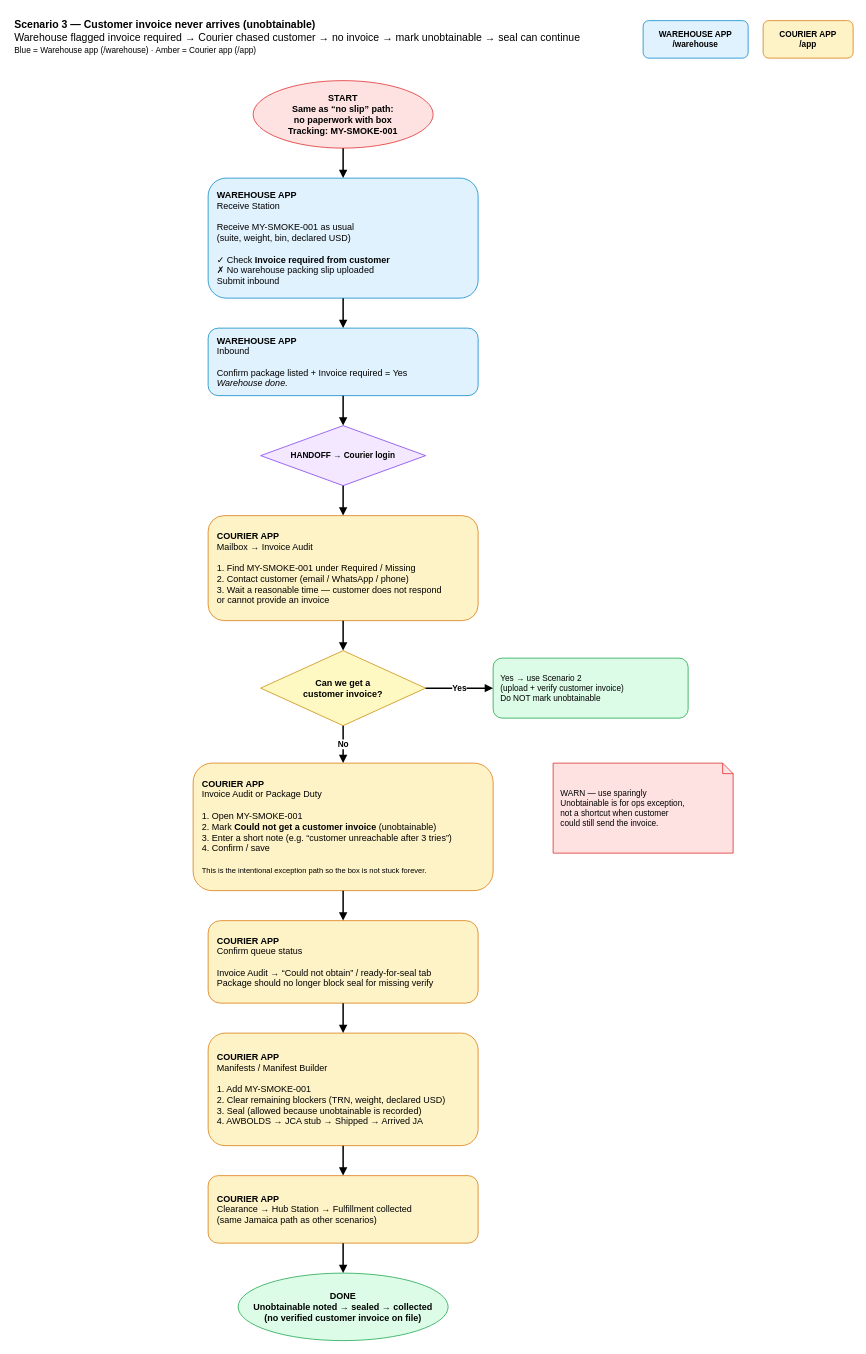
Above: docs/diagrams/package-flow/03-customer-invoice-unobtainable.drawio in DeekiiiiiiiT/Goride (draw.io), before the change. Source tidied: cells renumbered, new cells numbered last; positions are measured from the earlier drawing's top-left corner, leaving out a move shared by most shapes. Both pictures are drawn from the tidied source at 75%, with x=0, y=0 at pixel (13, 13).
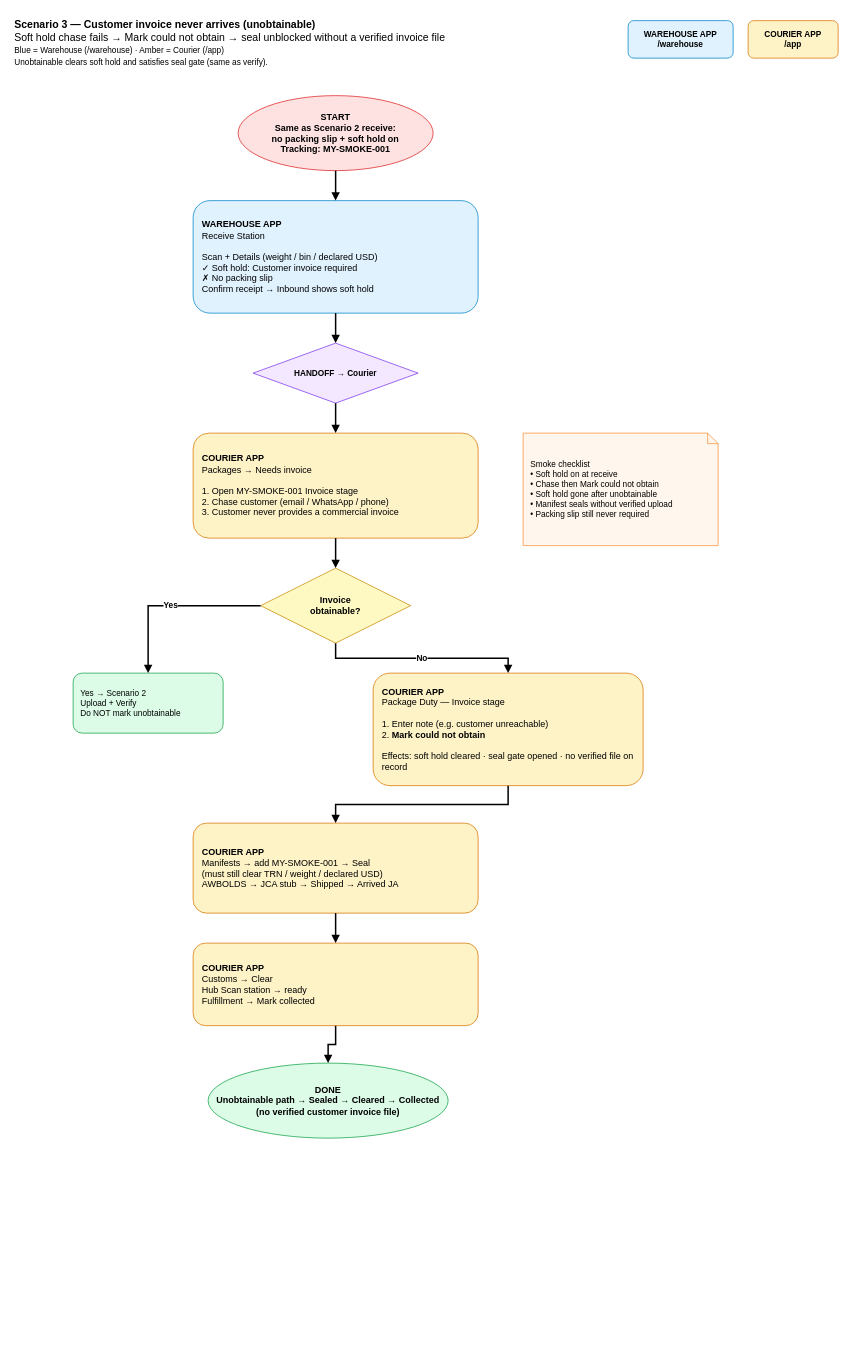
Above is the later version.

Change to the diagram source:
```diff
@@
-    <mxCell id="2" value="&lt;b&gt;Scenario 3 — Customer invoice never arrives (unobtainable)&lt;/b&gt;&lt;br&gt;Warehouse flagged invoice required → Courier chased customer → no invoice → mark unobtainable → seal can continue&lt;br&gt;&lt;font style=&quot;font-size:11px&quot;&gt;Blue = Warehouse app (/warehouse) · Amber = Courier app (/app)&lt;/font&gt;" style="text;html=1;strokeColor=none;fillColor=none;align=left;verticalAlign=top;whiteSpace=wrap;rounded=0;fontSize=14;" parent="1" vertex="1">
-      <mxGeometry width="820" height="70" as="geometry" />
+    <mxCell id="2" value="&lt;b&gt;Scenario 3 — Customer invoice never arrives (unobtainable)&lt;/b&gt;&lt;br&gt;Soft hold chase fails → Mark could not obtain → seal unblocked without a verified invoice file&lt;br&gt;&lt;font style=&quot;font-size:11px&quot;&gt;Blue = Warehouse (/warehouse) · Amber = Courier (/app)&lt;br&gt;Unobtainable clears soft hold and satisfies seal gate (same as verify).&lt;/font&gt;" style="text;html=1;strokeColor=none;fillColor=none;align=left;verticalAlign=top;whiteSpace=wrap;rounded=0;fontSize=14;" parent="1" vertex="1">
+      <mxGeometry width="800" height="85" as="geometry" />
     </mxCell>
     <mxCell id="3" value="WAREHOUSE APP&#10;/warehouse" style="rounded=1;whiteSpace=wrap;html=1;fillColor=#E0F2FE;strokeColor=#0284C7;fontStyle=1;fontSize=11;" parent="1" vertex="1">
-      <mxGeometry x="840" y="10" width="140" height="50" as="geometry" />
+      <mxGeometry x="820" y="10" width="140" height="50" as="geometry" />
     </mxCell>
     <mxCell id="4" value="COURIER APP&#10;/app" style="rounded=1;whiteSpace=wrap;html=1;fillColor=#FEF3C7;strokeColor=#D97706;fontStyle=1;fontSize=11;" parent="1" vertex="1">
-      <mxGeometry x="1000" y="10" width="120" height="50" as="geometry" />
+      <mxGeometry x="980" y="10" width="120" height="50" as="geometry" />
     </mxCell>
-    <mxCell id="5" value="START&#10;Same as “no slip” path:&#10;no paperwork with box&#10;Tracking: MY-SMOKE-001" style="ellipse;whiteSpace=wrap;html=1;fillColor=#FEE2E2;strokeColor=#DC2626;fontStyle=1;" parent="1" vertex="1">
-      <mxGeometry x="320" y="90" width="240" height="90" as="geometry" />
+    <mxCell id="5" value="START&#10;Same as Scenario 2 receive:&#10;no packing slip + soft hold on&#10;Tracking: MY-SMOKE-001" style="ellipse;whiteSpace=wrap;html=1;fillColor=#FEE2E2;strokeColor=#DC2626;fontStyle=1;" parent="1" vertex="1">
+      <mxGeometry x="300" y="110" width="260" height="100" as="geometry" />
     </mxCell>
-    <mxCell id="6" value="&lt;b&gt;WAREHOUSE APP&lt;/b&gt;&lt;br&gt;Receive Station&lt;br&gt;&lt;br&gt;Receive MY-SMOKE-001 as usual&lt;br&gt;(suite, weight, bin, declared USD)&lt;br&gt;&lt;br&gt;✓ Check &lt;b&gt;Invoice required from customer&lt;/b&gt;&lt;br&gt;✗ No warehouse packing slip uploaded&lt;br&gt;Submit inbound" style="rounded=1;whiteSpace=wrap;html=1;align=left;spacingLeft=10;fillColor=#E0F2FE;strokeColor=#0284C7;fontSize=12;" parent="1" vertex="1">
-      <mxGeometry x="260" y="220" width="360" height="160" as="geometry" />
+    <mxCell id="6" value="&lt;b&gt;WAREHOUSE APP&lt;/b&gt;&lt;br&gt;Receive Station&lt;br&gt;&lt;br&gt;Scan + Details (weight / bin / declared USD)&lt;br&gt;✓ Soft hold: Customer invoice required&lt;br&gt;✗ No packing slip&lt;br&gt;Confirm receipt → Inbound shows soft hold" style="rounded=1;whiteSpace=wrap;html=1;align=left;spacingLeft=10;fillColor=#E0F2FE;strokeColor=#0284C7;fontSize=12;" parent="1" vertex="1">
+      <mxGeometry x="240" y="250" width="380" height="150" as="geometry" />
     </mxCell>
-    <mxCell id="7" value="&lt;b&gt;WAREHOUSE APP&lt;/b&gt;&lt;br&gt;Inbound&lt;br&gt;&lt;br&gt;Confirm package listed + Invoice required = Yes&lt;br&gt;&lt;i&gt;Warehouse done.&lt;/i&gt;" style="rounded=1;whiteSpace=wrap;html=1;align=left;spacingLeft=10;fillColor=#E0F2FE;strokeColor=#0284C7;fontSize=12;" parent="1" vertex="1">
-      <mxGeometry x="260" y="420" width="360" height="90" as="geometry" />
-    </mxCell>
-    <mxCell id="8" value="HANDOFF → Courier login" style="rhombus;whiteSpace=wrap;html=1;fillColor=#F3E8FF;strokeColor=#7C3AED;fontStyle=1;fontSize=11;" parent="1" vertex="1">
-      <mxGeometry x="330" y="550" width="220" height="80" as="geometry" />
+    <mxCell id="8" value="HANDOFF → Courier" style="rhombus;whiteSpace=wrap;html=1;fillColor=#F3E8FF;strokeColor=#7C3AED;fontStyle=1;fontSize=11;" parent="1" vertex="1">
+      <mxGeometry x="320" y="440" width="220" height="80" as="geometry" />
     </mxCell>
-    <mxCell id="9" value="&lt;b&gt;COURIER APP&lt;/b&gt;&lt;br&gt;Mailbox → Invoice Audit&lt;br&gt;&lt;br&gt;1. Find MY-SMOKE-001 under Required / Missing&lt;br&gt;2. Contact customer (email / WhatsApp / phone)&lt;br&gt;3. Wait a reasonable time — customer does not respond&lt;br&gt;   or cannot provide an invoice" style="rounded=1;whiteSpace=wrap;html=1;align=left;spacingLeft=10;fillColor=#FEF3C7;strokeColor=#D97706;fontSize=12;" parent="1" vertex="1">
-      <mxGeometry x="260" y="670" width="360" height="140" as="geometry" />
+    <mxCell id="9" value="&lt;b&gt;COURIER APP&lt;/b&gt;&lt;br&gt;Packages → Needs invoice&lt;br&gt;&lt;br&gt;1. Open MY-SMOKE-001 Invoice stage&lt;br&gt;2. Chase customer (email / WhatsApp / phone)&lt;br&gt;3. Customer never provides a commercial invoice" style="rounded=1;whiteSpace=wrap;html=1;align=left;spacingLeft=10;fillColor=#FEF3C7;strokeColor=#D97706;fontSize=12;" parent="1" vertex="1">
+      <mxGeometry x="240" y="560" width="380" height="140" as="geometry" />
     </mxCell>
-    <mxCell id="10" value="Can we get a&#10;customer invoice?" style="rhombus;whiteSpace=wrap;html=1;fillColor=#FEF9C3;strokeColor=#CA8A04;fontStyle=1;fontSize=12;" parent="1" vertex="1">
-      <mxGeometry x="330" y="850" width="220" height="100" as="geometry" />
+    <mxCell id="10" value="Invoice&#10;obtainable?" style="rhombus;whiteSpace=wrap;html=1;fillColor=#FEF9C3;strokeColor=#CA8A04;fontStyle=1;fontSize=12;" parent="1" vertex="1">
+      <mxGeometry x="330" y="740" width="200" height="100" as="geometry" />
     </mxCell>
-    <mxCell id="11" value="Yes → use Scenario 2&lt;br&gt;(upload + verify customer invoice)&lt;br&gt;Do NOT mark unobtainable" style="rounded=1;whiteSpace=wrap;html=1;fillColor=#DCFCE7;strokeColor=#16A34A;fontSize=11;align=left;spacingLeft=8;" parent="1" vertex="1">
-      <mxGeometry x="640" y="860" width="260" height="80" as="geometry" />
+    <mxCell id="11" value="Yes → Scenario 2&#10;Upload + Verify&#10;Do NOT mark unobtainable" style="rounded=1;whiteSpace=wrap;html=1;fillColor=#DCFCE7;strokeColor=#16A34A;fontSize=11;align=left;spacingLeft=8;" parent="1" vertex="1">
+      <mxGeometry x="80" y="880" width="200" height="80" as="geometry" />
     </mxCell>
-    <mxCell id="12" value="&lt;b&gt;COURIER APP&lt;/b&gt;&lt;br&gt;Invoice Audit or Package Duty&lt;br&gt;&lt;br&gt;1. Open MY-SMOKE-001&lt;br&gt;2. Mark &lt;b&gt;Could not get a customer invoice&lt;/b&gt; (unobtainable)&lt;br&gt;3. Enter a short note (e.g. “customer unreachable after 3 tries”)&lt;br&gt;4. Confirm / save&lt;br&gt;&lt;br&gt;&lt;font style=&quot;font-size:10px&quot;&gt;This is the intentional exception path so the box is not stuck forever.&lt;/font&gt;" style="rounded=1;whiteSpace=wrap;html=1;align=left;spacingLeft=10;fillColor=#FEF3C7;strokeColor=#D97706;fontSize=12;" parent="1" vertex="1">
-      <mxGeometry x="240" y="1000" width="400" height="170" as="geometry" />
+    <mxCell id="12" value="&lt;b&gt;COURIER APP&lt;/b&gt;&lt;br&gt;Package Duty — Invoice stage&lt;br&gt;&lt;br&gt;1. Enter note (e.g. customer unreachable)&lt;br&gt;2. &lt;b&gt;Mark could not obtain&lt;/b&gt;&lt;br&gt;&lt;br&gt;Effects: soft hold cleared · seal gate opened · no verified file on record" style="rounded=1;whiteSpace=wrap;html=1;align=left;spacingLeft=10;fillColor=#FEF3C7;strokeColor=#D97706;fontSize=12;" parent="1" vertex="1">
+      <mxGeometry x="480" y="880" width="360" height="150" as="geometry" />
     </mxCell>
-    <mxCell id="13" value="&lt;b&gt;COURIER APP&lt;/b&gt;&lt;br&gt;Confirm queue status&lt;br&gt;&lt;br&gt;Invoice Audit → “Could not obtain” / ready-for-seal tab&lt;br&gt;Package should no longer block seal for missing verify" style="rounded=1;whiteSpace=wrap;html=1;align=left;spacingLeft=10;fillColor=#FEF3C7;strokeColor=#D97706;fontSize=12;" parent="1" vertex="1">
-      <mxGeometry x="260" y="1210" width="360" height="110" as="geometry" />
+    <mxCell id="13" value="&lt;b&gt;COURIER APP&lt;/b&gt;&lt;br&gt;Manifests → add MY-SMOKE-001 → Seal&#10;(must still clear TRN / weight / declared USD)&lt;br&gt;AWBOLDS → JCA stub → Shipped → Arrived JA" style="rounded=1;whiteSpace=wrap;html=1;align=left;spacingLeft=10;fillColor=#FEF3C7;strokeColor=#D97706;fontSize=12;" parent="1" vertex="1">
+      <mxGeometry x="240" y="1080" width="380" height="120" as="geometry" />
     </mxCell>
-    <mxCell id="14" value="&lt;b&gt;COURIER APP&lt;/b&gt;&lt;br&gt;Manifests / Manifest Builder&lt;br&gt;&lt;br&gt;1. Add MY-SMOKE-001&lt;br&gt;2. Clear remaining blockers (TRN, weight, declared USD)&lt;br&gt;3. Seal (allowed because unobtainable is recorded)&lt;br&gt;4. AWBOLDS → JCA stub → Shipped → Arrived JA" style="rounded=1;whiteSpace=wrap;html=1;align=left;spacingLeft=10;fillColor=#FEF3C7;strokeColor=#D97706;fontSize=12;" parent="1" vertex="1">
-      <mxGeometry x="260" y="1360" width="360" height="150" as="geometry" />
+    <mxCell id="14" value="&lt;b&gt;COURIER APP&lt;/b&gt;&lt;br&gt;Customs → Clear&#10;Hub Scan station → ready&#10;Fulfillment → Mark collected" style="rounded=1;whiteSpace=wrap;html=1;align=left;spacingLeft=10;fillColor=#FEF3C7;strokeColor=#D97706;fontSize=12;" parent="1" vertex="1">
+      <mxGeometry x="240" y="1240" width="380" height="110" as="geometry" />
     </mxCell>
-    <mxCell id="15" value="&lt;b&gt;COURIER APP&lt;/b&gt;&lt;br&gt;Clearance → Hub Station → Fulfillment collected&lt;br&gt;(same Jamaica path as other scenarios)" style="rounded=1;whiteSpace=wrap;html=1;align=left;spacingLeft=10;fillColor=#FEF3C7;strokeColor=#D97706;fontSize=12;" parent="1" vertex="1">
-      <mxGeometry x="260" y="1550" width="360" height="90" as="geometry" />
-    </mxCell>
-    <mxCell id="16" value="DONE&#10;Unobtainable noted → sealed → collected&#10;(no verified customer invoice on file)" style="ellipse;whiteSpace=wrap;html=1;fillColor=#DCFCE7;strokeColor=#16A34A;fontStyle=1;" parent="1" vertex="1">
-      <mxGeometry x="300" y="1680" width="280" height="90" as="geometry" />
+    <mxCell id="16" value="DONE&#10;Unobtainable path → Sealed → Cleared → Collected&#10;(no verified customer invoice file)" style="ellipse;whiteSpace=wrap;html=1;fillColor=#DCFCE7;strokeColor=#16A34A;fontStyle=1;" parent="1" vertex="1">
+      <mxGeometry x="260" y="1400" width="320" height="100" as="geometry" />
     </mxCell>
-    <mxCell id="17" value="WARN — use sparingly&#10;Unobtainable is for ops exception,&#10;not a shortcut when customer&#10;could still send the invoice." style="shape=note;whiteSpace=wrap;html=1;backgroundOutline=1;fillColor=#FEE2E2;strokeColor=#DC2626;align=left;spacingLeft=8;fontSize=11;size=14;" parent="1" vertex="1">
-      <mxGeometry x="720" y="1000" width="240" height="120" as="geometry" />
-    </mxCell>
+    <mxCell id="29" value="Smoke checklist&#10;• Soft hold on at receive&#10;• Chase then Mark could not obtain&#10;• Soft hold gone after unobtainable&#10;• Manifest seals without verified upload&#10;• Packing slip still never required" style="shape=note;whiteSpace=wrap;html=1;fillColor=#FFF7ED;strokeColor=#FB923C;align=left;spacingLeft=8;fontSize=11;size=14;" parent="1" vertex="1">
+      <mxGeometry x="680" y="560" width="260" height="150" as="geometry" />
+    </mxCell>
-    <mxCell id="18" style="edgeStyle=orthogonalEdgeStyle;rounded=0;jettySize=auto;html=1;endArrow=block;endFill=1;strokeWidth=2;" parent="1" edge="1" source="5" target="6">
+    <mxCell id="18" style="edgeStyle=orthogonalEdgeStyle;rounded=0;html=1;endArrow=block;endFill=1;strokeWidth=2;" parent="1" edge="1" source="5" target="6">
       <mxGeometry relative="1" as="geometry" />
     </mxCell>
-    <mxCell id="19" style="edgeStyle=orthogonalEdgeStyle;rounded=0;jettySize=auto;html=1;endArrow=block;endFill=1;strokeWidth=2;" parent="1" edge="1" source="6" target="7">
+    <mxCell id="19" style="edgeStyle=orthogonalEdgeStyle;rounded=0;html=1;endArrow=block;endFill=1;strokeWidth=2;" parent="1" edge="1" source="6" target="8">
       <mxGeometry relative="1" as="geometry" />
     </mxCell>
-    <mxCell id="20" style="edgeStyle=orthogonalEdgeStyle;rounded=0;jettySize=auto;html=1;endArrow=block;endFill=1;strokeWidth=2;" parent="1" edge="1" source="7" target="8">
+    <mxCell id="20" style="edgeStyle=orthogonalEdgeStyle;rounded=0;html=1;endArrow=block;endFill=1;strokeWidth=2;" parent="1" edge="1" source="8" target="9">
       <mxGeometry relative="1" as="geometry" />
     </mxCell>
-    <mxCell id="21" style="edgeStyle=orthogonalEdgeStyle;rounded=0;jettySize=auto;html=1;endArrow=block;endFill=1;strokeWidth=2;" parent="1" edge="1" source="8" target="9">
+    <mxCell id="21" style="edgeStyle=orthogonalEdgeStyle;rounded=0;html=1;endArrow=block;endFill=1;strokeWidth=2;" parent="1" edge="1" source="9" target="10">
       <mxGeometry relative="1" as="geometry" />
     </mxCell>
-    <mxCell id="22" style="edgeStyle=orthogonalEdgeStyle;rounded=0;jettySize=auto;html=1;endArrow=block;endFill=1;strokeWidth=2;" parent="1" edge="1" source="9" target="10">
+    <mxCell id="22" value="Yes" style="edgeStyle=orthogonalEdgeStyle;rounded=0;html=1;endArrow=block;endFill=1;strokeWidth=2;fontStyle=1;" parent="1" edge="1" source="10" target="11">
       <mxGeometry relative="1" as="geometry" />
     </mxCell>
-    <mxCell id="23" value="No" style="edgeStyle=orthogonalEdgeStyle;rounded=0;jettySize=auto;html=1;endArrow=block;endFill=1;strokeWidth=2;fontStyle=1;" parent="1" edge="1" source="10" target="12">
+    <mxCell id="23" value="No" style="edgeStyle=orthogonalEdgeStyle;rounded=0;html=1;endArrow=block;endFill=1;strokeWidth=2;fontStyle=1;" parent="1" edge="1" source="10" target="12">
       <mxGeometry relative="1" as="geometry" />
     </mxCell>
-    <mxCell id="24" value="Yes" style="edgeStyle=orthogonalEdgeStyle;rounded=0;jettySize=auto;html=1;endArrow=block;endFill=1;strokeWidth=2;fontStyle=1;" parent="1" edge="1" source="10" target="11">
+    <mxCell id="24" style="edgeStyle=orthogonalEdgeStyle;rounded=0;html=1;endArrow=block;endFill=1;strokeWidth=2;" parent="1" edge="1" source="12" target="13">
       <mxGeometry relative="1" as="geometry" />
     </mxCell>
-    <mxCell id="25" style="edgeStyle=orthogonalEdgeStyle;rounded=0;jettySize=auto;html=1;endArrow=block;endFill=1;strokeWidth=2;" parent="1" edge="1" source="12" target="13">
+    <mxCell id="25" style="edgeStyle=orthogonalEdgeStyle;rounded=0;html=1;endArrow=block;endFill=1;strokeWidth=2;" parent="1" edge="1" source="13" target="14">
       <mxGeometry relative="1" as="geometry" />
     </mxCell>
-    <mxCell id="26" style="edgeStyle=orthogonalEdgeStyle;rounded=0;jettySize=auto;html=1;endArrow=block;endFill=1;strokeWidth=2;" parent="1" edge="1" source="13" target="14">
+    <mxCell id="26" style="edgeStyle=orthogonalEdgeStyle;rounded=0;html=1;endArrow=block;endFill=1;strokeWidth=2;" parent="1" edge="1" source="14" target="16">
       <mxGeometry relative="1" as="geometry" />
     </mxCell>
-    <mxCell id="27" style="edgeStyle=orthogonalEdgeStyle;rounded=0;jettySize=auto;html=1;endArrow=block;endFill=1;strokeWidth=2;" parent="1" edge="1" source="14" target="15">
-      <mxGeometry relative="1" as="geometry" />
-    </mxCell>
-    <mxCell id="28" style="edgeStyle=orthogonalEdgeStyle;rounded=0;jettySize=auto;html=1;endArrow=block;endFill=1;strokeWidth=2;" parent="1" edge="1" source="15" target="16">
-      <mxGeometry relative="1" as="geometry" />
-    </mxCell>
```
